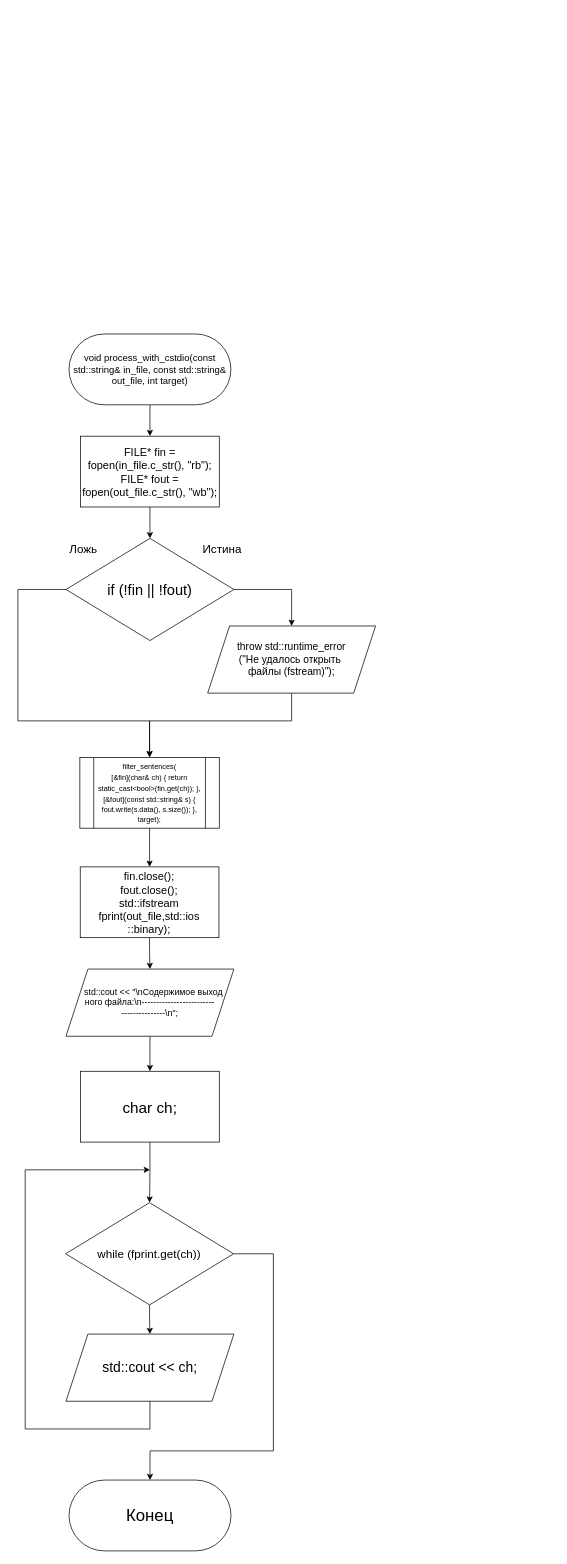
Earlier version of the draw.io diagram LAB8_process_with_cstdio.drawio (kravecila28-ops/Block-diagram_templates). Source tidied: cells renumbered, new cells numbered last; positions are measured from the earlier drawing's top-left corner, leaving out a move shared by most shapes. Both pictures are drawn from the tidied source at 73%, with x=0, y=0 at pixel (18, 334).
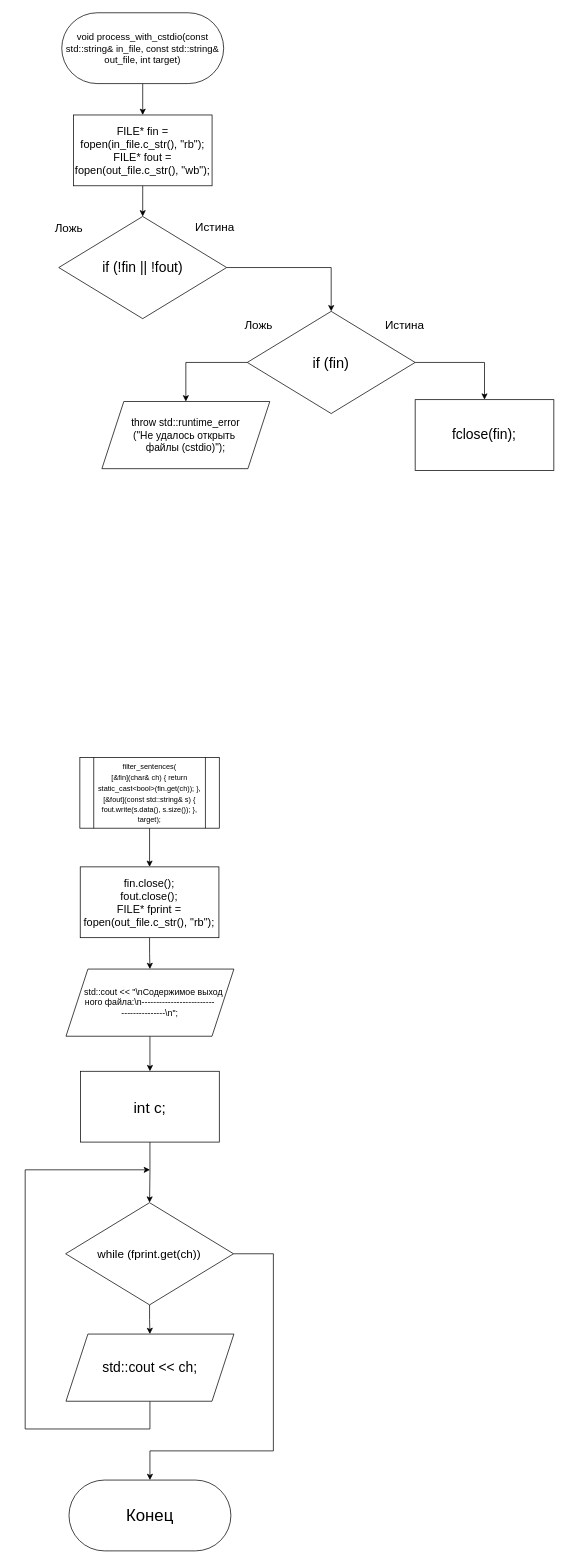
After the change.

The change refers to these unchanged cells:
```xml
<mxCell id="14" value="&lt;div&gt;&lt;font style=&quot;font-size: 10px;&quot;&gt;filter_sentences(&lt;/font&gt;&lt;/div&gt;&lt;div&gt;&lt;font style=&quot;font-size: 10px;&quot;&gt;[&amp;amp;fin](char&amp;amp; ch) { return static_cast&amp;lt;bool&amp;gt;(fin.get(ch)); },&lt;/font&gt;&lt;/div&gt;&lt;div&gt;&lt;font style=&quot;font-size: 10px;&quot;&gt;[&amp;amp;fout](const std::string&amp;amp; s) { fout.write(s.data(), s.size()); },&lt;/font&gt;&lt;/div&gt;&lt;div&gt;&lt;font style=&quot;font-size: 10px;&quot;&gt;target);&lt;/font&gt;&lt;/div&gt;" style="shape=process;whiteSpace=wrap;html=1;backgroundOutline=1;" parent="1" vertex="1">
  <mxGeometry x="84.9" y="580" width="191" height="97" as="geometry" />
</mxCell>
```

What changed in the source:
```diff
@@
     <mxCell id="3" value="&lt;span style=&quot;font-size: 13px;&quot;&gt;void process_with_cstdio(const std::string&amp;amp; in_file, const std::string&amp;amp; out_file, int target)&lt;/span&gt;" style="rounded=1;whiteSpace=wrap;html=1;arcSize=50;labelBackgroundColor=none;" parent="1" vertex="1">
-      <mxGeometry x="70" width="221.8" height="97" as="geometry" />
+      <mxGeometry x="60.1" y="-440" width="221.8" height="97" as="geometry" />
     </mxCell>
@@
     <mxCell id="5" value="&lt;div&gt;&lt;span style=&quot;font-size: 15px;&quot;&gt;FILE* fin = fopen(in_file.c_str(), &quot;rb&quot;);&lt;/span&gt;&lt;/div&gt;&lt;div&gt;&lt;span style=&quot;font-size: 15px;&quot;&gt;FILE* fout = fopen(out_file.c_str(), &quot;wb&quot;);&lt;/span&gt;&lt;/div&gt;" style="rounded=0;whiteSpace=wrap;html=1;labelBackgroundColor=none;" parent="1" vertex="1">
-      <mxGeometry x="85.9" y="140" width="190" height="97" as="geometry" />
+      <mxGeometry x="76" y="-300" width="190" height="97" as="geometry" />
     </mxCell>
-    <mxCell id="6" style="edgeStyle=orthogonalEdgeStyle;rounded=0;jettySize=auto;html=1;exitX=1;exitY=0.5;exitDx=0;exitDy=0;entryX=0.5;entryY=0;entryDx=0;entryDy=0;" parent="1" edge="1" source="8" target="12">
-      <mxGeometry relative="1" as="geometry" />
-    </mxCell>
-    <mxCell id="7" style="edgeStyle=orthogonalEdgeStyle;rounded=0;jettySize=auto;html=1;exitX=0;exitY=0.5;exitDx=0;exitDy=0;entryX=0.5;entryY=0;entryDx=0;entryDy=0;" parent="1" edge="1" source="8" target="14">
-      <mxGeometry relative="1" as="geometry">
-        <Array as="points">
-          <mxPoint y="350" />
-          <mxPoint y="530" />
-          <mxPoint x="180" y="530" />
-        </Array>
-      </mxGeometry>
-    </mxCell>
-    <mxCell id="8" value="&lt;font style=&quot;font-size: 20px;&quot;&gt;if (!fin || !fout)&lt;/font&gt;" style="rhombus;whiteSpace=wrap;html=1;labelBackgroundColor=none;" parent="1" vertex="1">
-      <mxGeometry x="65.9" y="280" width="230" height="140" as="geometry" />
-    </mxCell>
-    <mxCell id="9" value="&lt;font style=&quot;font-size: 16px;&quot;&gt;Истина&lt;/font&gt;" style="text;html=1;whiteSpace=wrap;strokeColor=none;fillColor=none;align=center;verticalAlign=middle;rounded=0;labelBackgroundColor=none;" parent="1" vertex="1">
-      <mxGeometry x="250" y="280" width="60" height="30" as="geometry" />
-    </mxCell>
-    <mxCell id="10" value="&lt;span style=&quot;font-size: 16px;&quot;&gt;Ложь&lt;/span&gt;" style="text;html=1;whiteSpace=wrap;strokeColor=none;fillColor=none;align=center;verticalAlign=middle;rounded=0;labelBackgroundColor=none;" parent="1" vertex="1">
-      <mxGeometry x="60" y="280" width="60" height="30" as="geometry" />
-    </mxCell>
-    <mxCell id="11" style="edgeStyle=orthogonalEdgeStyle;rounded=0;jettySize=auto;html=1;exitX=0.5;exitY=1;exitDx=0;exitDy=0;entryX=0.5;entryY=0;entryDx=0;entryDy=0;" parent="1" edge="1" source="12" target="14">
-      <mxGeometry relative="1" as="geometry">
-        <Array as="points">
-          <mxPoint x="375" y="530" />
-          <mxPoint x="180" y="530" />
-        </Array>
-      </mxGeometry>
-    </mxCell>
-    <mxCell id="12" value="&lt;font style=&quot;font-size: 14px;&quot;&gt;throw std::runtime_error&lt;/font&gt;&lt;div&gt;&lt;font style=&quot;font-size: 14px;&quot;&gt;(&quot;Не удалось открыть&amp;nbsp;&lt;/font&gt;&lt;/div&gt;&lt;div&gt;&lt;font style=&quot;font-size: 14px;&quot;&gt;файлы (fstream)&quot;);&lt;/font&gt;&lt;/div&gt;" style="shape=parallelogram;perimeter=parallelogramPerimeter;whiteSpace=wrap;html=1;fixedSize=1;labelBackgroundColor=none;size=30;" parent="1" vertex="1">
-      <mxGeometry x="260" y="400" width="230" height="92" as="geometry" />
+    <mxCell id="12" value="&lt;font style=&quot;font-size: 14px;&quot;&gt;throw std::runtime_error&lt;/font&gt;&lt;div&gt;&lt;font style=&quot;font-size: 14px;&quot;&gt;(&quot;Не удалось открыть&amp;nbsp;&lt;/font&gt;&lt;/div&gt;&lt;div&gt;&lt;font style=&quot;font-size: 14px;&quot;&gt;файлы (cstdio)&quot;);&lt;/font&gt;&lt;/div&gt;" style="shape=parallelogram;perimeter=parallelogramPerimeter;whiteSpace=wrap;html=1;fixedSize=1;labelBackgroundColor=none;size=30;" parent="1" vertex="1">
+      <mxGeometry x="115.1" y="92.5" width="230" height="92" as="geometry" />
     </mxCell>
@@
-    <mxCell id="16" value="&lt;div&gt;&lt;font style=&quot;font-size: 15px;&quot;&gt;fin.close();&lt;/font&gt;&lt;/div&gt;&lt;div&gt;&lt;font style=&quot;font-size: 15px;&quot;&gt;fout.close();&lt;/font&gt;&lt;/div&gt;&lt;div&gt;&lt;font style=&quot;font-size: 15px;&quot;&gt;std::ifstream fprint(out_file,std::ios&lt;/font&gt;&lt;/div&gt;&lt;div&gt;&lt;font style=&quot;font-size: 15px;&quot;&gt;::binary);&lt;/font&gt;&lt;/div&gt;" style="rounded=0;whiteSpace=wrap;html=1;labelBackgroundColor=none;" parent="1" vertex="1">
+    <mxCell id="16" value="&lt;div&gt;&lt;font style=&quot;font-size: 15px;&quot;&gt;fin.close();&lt;/font&gt;&lt;/div&gt;&lt;div&gt;&lt;font style=&quot;font-size: 15px;&quot;&gt;fout.close();&lt;/font&gt;&lt;/div&gt;&lt;div&gt;&lt;span style=&quot;font-size: 15px;&quot;&gt;FILE* fprint = fopen(out_file.c_str(), &quot;rb&quot;);&lt;/span&gt;&lt;/div&gt;" style="rounded=0;whiteSpace=wrap;html=1;labelBackgroundColor=none;" parent="1" vertex="1">
       <mxGeometry x="85.4" y="730" width="190" height="97" as="geometry" />
     </mxCell>
@@
-    <mxCell id="20" value="&lt;font style=&quot;font-size: 21px;&quot;&gt;char ch;&lt;/font&gt;" style="rounded=0;whiteSpace=wrap;html=1;labelBackgroundColor=none;" parent="1" vertex="1">
+    <mxCell id="20" value="&lt;font style=&quot;font-size: 21px;&quot;&gt;int c;&lt;/font&gt;" style="rounded=0;whiteSpace=wrap;html=1;labelBackgroundColor=none;" parent="1" vertex="1">
       <mxGeometry x="85.9" y="1010" width="190" height="97" as="geometry" />
     </mxCell>
@@
     <mxCell id="26" value="&lt;font style=&quot;font-size: 23px;&quot;&gt;Конец&lt;/font&gt;" style="rounded=1;whiteSpace=wrap;html=1;arcSize=50;labelBackgroundColor=none;" parent="1" vertex="1">
-      <mxGeometry x="70.1" y="1570" width="221.8" height="97" as="geometry" />
+      <mxGeometry x="70" y="1570" width="221.8" height="97" as="geometry" />
     </mxCell>
+    <mxCell id="27" style="edgeStyle=orthogonalEdgeStyle;rounded=0;jettySize=auto;html=1;exitX=1;exitY=0.5;exitDx=0;exitDy=0;entryX=0.5;entryY=0;entryDx=0;entryDy=0;" parent="1" edge="1" source="8" target="32">
+      <mxGeometry relative="1" as="geometry" />
+    </mxCell>
+    <mxCell id="8" value="&lt;font style=&quot;font-size: 19px;&quot;&gt;if (!fin || !fout)&lt;/font&gt;" style="rhombus;whiteSpace=wrap;html=1;labelBackgroundColor=none;" parent="1" vertex="1">
+      <mxGeometry x="56" y="-161" width="230" height="140" as="geometry" />
+    </mxCell>
+    <mxCell id="28" value="&lt;font style=&quot;font-size: 16px;&quot;&gt;Истина&lt;/font&gt;" style="text;html=1;whiteSpace=wrap;strokeColor=none;fillColor=none;align=center;verticalAlign=middle;rounded=0;labelBackgroundColor=none;" parent="1" vertex="1">
+      <mxGeometry x="240.1" y="-161" width="60" height="30" as="geometry" />
+    </mxCell>
+    <mxCell id="29" value="&lt;span style=&quot;font-size: 16px;&quot;&gt;Ложь&lt;/span&gt;" style="text;html=1;whiteSpace=wrap;strokeColor=none;fillColor=none;align=center;verticalAlign=middle;rounded=0;labelBackgroundColor=none;" parent="1" vertex="1">
+      <mxGeometry x="40.1" y="-160" width="60" height="30" as="geometry" />
+    </mxCell>
+    <mxCell id="30" style="edgeStyle=orthogonalEdgeStyle;rounded=0;jettySize=auto;html=1;exitX=1;exitY=0.5;exitDx=0;exitDy=0;entryX=0.5;entryY=0;entryDx=0;entryDy=0;" parent="1" edge="1" source="32" target="35">
+      <mxGeometry relative="1" as="geometry" />
+    </mxCell>
+    <mxCell id="31" style="edgeStyle=orthogonalEdgeStyle;rounded=0;jettySize=auto;html=1;exitX=0;exitY=0.5;exitDx=0;exitDy=0;entryX=0.5;entryY=0;entryDx=0;entryDy=0;" parent="1" edge="1" source="32" target="12">
+      <mxGeometry relative="1" as="geometry" />
+    </mxCell>
+    <mxCell id="32" value="&lt;font style=&quot;font-size: 20px;&quot;&gt;if (fin)&lt;/font&gt;" style="rhombus;whiteSpace=wrap;html=1;labelBackgroundColor=none;" parent="1" vertex="1">
+      <mxGeometry x="314.2" y="-31" width="230" height="140" as="geometry" />
+    </mxCell>
+    <mxCell id="33" value="&lt;font style=&quot;font-size: 16px;&quot;&gt;Истина&lt;/font&gt;" style="text;html=1;whiteSpace=wrap;strokeColor=none;fillColor=none;align=center;verticalAlign=middle;rounded=0;labelBackgroundColor=none;" parent="1" vertex="1">
+      <mxGeometry x="500.1" y="-28" width="60" height="30" as="geometry" />
+    </mxCell>
+    <mxCell id="34" value="&lt;span style=&quot;font-size: 16px;&quot;&gt;Ложь&lt;/span&gt;" style="text;html=1;whiteSpace=wrap;strokeColor=none;fillColor=none;align=center;verticalAlign=middle;rounded=0;labelBackgroundColor=none;" parent="1" vertex="1">
+      <mxGeometry x="300.1" y="-28" width="60" height="30" as="geometry" />
+    </mxCell>
+    <mxCell id="35" value="&lt;font style=&quot;font-size: 19px;&quot;&gt;fclose(fin);&lt;/font&gt;" style="rounded=0;whiteSpace=wrap;html=1;labelBackgroundColor=none;" parent="1" vertex="1">
+      <mxGeometry x="544.2" y="90" width="190" height="97" as="geometry" />
+    </mxCell>
```
